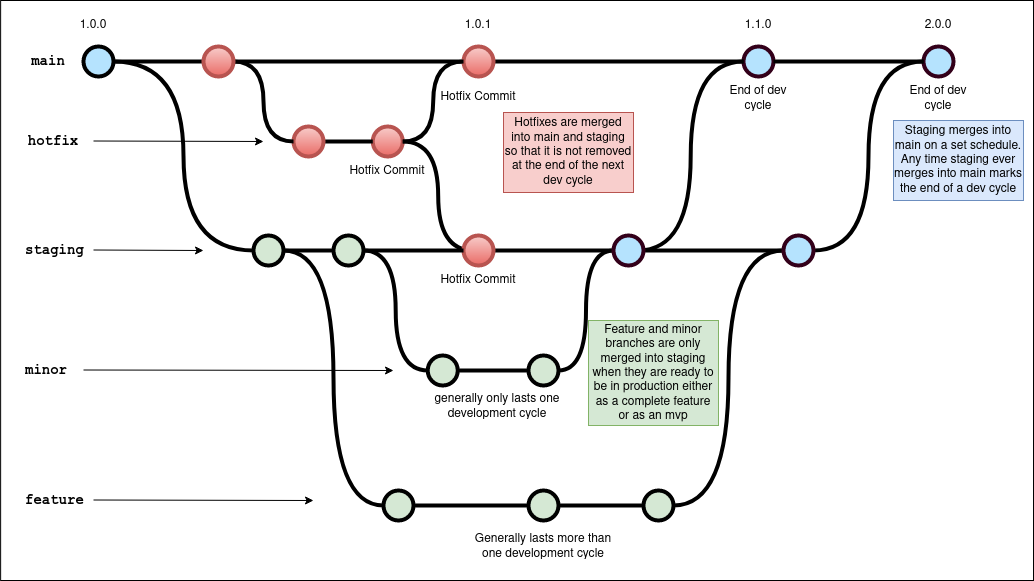
Earlier version of the draw.io export img/final-gitflow.png (BeyondMD/gitflow). Source tidied: cells renumbered, new cells last; positions are measured from the earlier drawing's top-left corner, leaving out a move shared by most shapes.
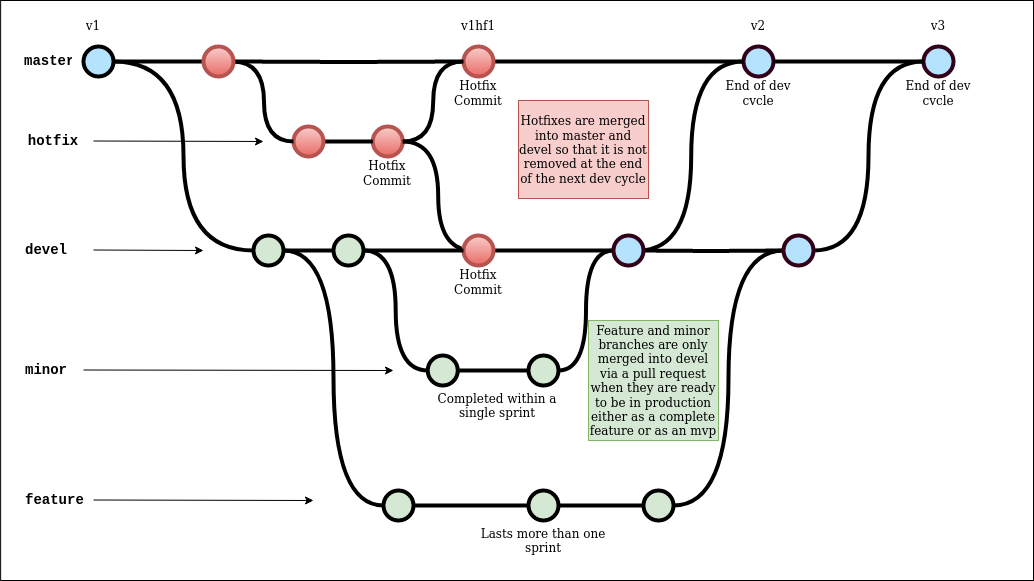
After the change.

Change to the diagram source:
```diff
@@ -16,13 +16,13 @@
     <mxCell id="5" style="verticalLabelPosition=bottom;verticalAlign=top;html=1;strokeWidth=4;shape=mxgraph.flowchart.on-page_reference;plain-blue;gradientColor=none;strokeColor=#33001A;fillColor=#B5E3FE;" parent="1" vertex="1">
       <mxGeometry x="743" y="46" width="30" height="30" as="geometry" />
     </mxCell>
-    <mxCell id="6" value="main" style="text;html=1;strokeColor=none;fillColor=none;align=center;verticalAlign=middle;whiteSpace=wrap;overflow=hidden;fontSize=14;fontStyle=1;fontFamily=Courier New;" parent="1" vertex="1">
+    <mxCell id="6" value="&lt;div&gt;master&lt;/div&gt;" style="text;html=1;strokeColor=none;fillColor=none;align=center;verticalAlign=middle;whiteSpace=wrap;overflow=hidden;fontSize=14;fontStyle=1;fontFamily=Courier New;" parent="1" vertex="1">
       <mxGeometry x="23" y="40" width="50" height="42" as="geometry" />
     </mxCell>
     <mxCell id="7" style="edgeStyle=orthogonalEdgeStyle;curved=1;rounded=0;html=1;exitX=1;exitY=0.5;exitPerimeter=0;endArrow=none;endFill=0;jettySize=auto;strokeWidth=4;fontSize=15;entryX=0;entryY=0.5;entryDx=0;entryDy=0;entryPerimeter=0;startArrow=none;" parent="1" edge="1" source="24" target="64">
       <mxGeometry relative="1" as="geometry" />
     </mxCell>
-    <mxCell id="8" value="staging" style="text;html=1;strokeColor=none;fillColor=none;align=left;verticalAlign=middle;whiteSpace=wrap;overflow=hidden;fontSize=14;fontStyle=1;fontFamily=Courier New;" parent="1" vertex="1">
+    <mxCell id="8" value="&lt;div&gt;devel&lt;/div&gt;&lt;div&gt;&lt;br&gt;&lt;/div&gt;" style="text;html=1;strokeColor=none;fillColor=none;align=left;verticalAlign=middle;whiteSpace=wrap;overflow=hidden;fontSize=14;fontStyle=1;fontFamily=Courier New;" parent="1" vertex="1">
       <mxGeometry x="23" y="240" width="74.2" height="20" as="geometry" />
     </mxCell>
     <mxCell id="9" style="edgeStyle=orthogonalEdgeStyle;rounded=0;jettySize=auto;html=1;endArrow=none;endFill=0;strokeWidth=4;entryX=0;entryY=0.5;entryDx=0;entryDy=0;entryPerimeter=0;startArrow=none;" parent="1" edge="1" source="18" target="12">
@@ -96,10 +96,10 @@
       <mxGeometry x="438" y="265" width="80" height="30" as="geometry" />
     </mxCell>
     <mxCell id="29" value="Hotfix Commit" style="text;html=1;strokeColor=none;fillColor=none;align=center;verticalAlign=middle;whiteSpace=wrap;overflow=hidden;" parent="1" vertex="1">
-      <mxGeometry x="438" y="82" width="80" height="30" as="geometry" />
+      <mxGeometry x="438" y="76" width="80" height="30" as="geometry" />
     </mxCell>
-    <mxCell id="30" value="&lt;div&gt;Generally lasts more than one development cycle&lt;/div&gt;" style="text;html=1;strokeColor=none;fillColor=none;align=center;verticalAlign=middle;whiteSpace=wrap;overflow=hidden;" parent="1" vertex="1">
-      <mxGeometry x="473" y="530" width="140" height="30" as="geometry" />
+    <mxCell id="30" value="&lt;div&gt;Lasts more than one sprint&lt;/div&gt;" style="text;html=1;strokeColor=none;fillColor=none;align=center;verticalAlign=middle;whiteSpace=wrap;overflow=hidden;" parent="1" vertex="1">
+      <mxGeometry x="473" y="520" width="140" height="40" as="geometry" />
     </mxCell>
     <mxCell id="31" style="verticalLabelPosition=bottom;verticalAlign=top;html=1;strokeWidth=4;shape=mxgraph.flowchart.on-page_reference;plain-purple;gradientColor=none;strokeColor=#000000;fillColor=#D5E8D4;" parent="1" vertex="1">
       <mxGeometry x="253" y="235" width="30" height="30" as="geometry" />
@@ -107,13 +107,13 @@
     <mxCell id="32" style="edgeStyle=orthogonalEdgeStyle;rounded=0;jettySize=auto;html=1;fontSize=15;endArrow=none;endFill=0;strokeWidth=4;exitX=1;exitY=0.5;exitDx=0;exitDy=0;exitPerimeter=0;entryX=0;entryY=0.5;entryDx=0;entryDy=0;entryPerimeter=0;" parent="1" edge="1" source="61" target="22">
       <mxGeometry relative="1" as="geometry" />
     </mxCell>
-    <mxCell id="33" value="1.0.0" style="text;html=1;strokeColor=none;fillColor=none;align=center;verticalAlign=middle;whiteSpace=wrap;overflow=hidden;" parent="1" vertex="1">
+    <mxCell id="33" value="v1" style="text;html=1;strokeColor=none;fillColor=none;align=center;verticalAlign=middle;whiteSpace=wrap;overflow=hidden;" parent="1" vertex="1">
       <mxGeometry x="53" y="10" width="80" height="30" as="geometry" />
     </mxCell>
-    <mxCell id="34" value="1.0.1" style="text;html=1;strokeColor=none;fillColor=none;align=center;verticalAlign=middle;whiteSpace=wrap;overflow=hidden;" parent="1" vertex="1">
+    <mxCell id="34" value="v1hf1" style="text;html=1;strokeColor=none;fillColor=none;align=center;verticalAlign=middle;whiteSpace=wrap;overflow=hidden;" parent="1" vertex="1">
       <mxGeometry x="438" y="10" width="80" height="30" as="geometry" />
     </mxCell>
-    <mxCell id="35" value="1.1.0" style="text;html=1;strokeColor=none;fillColor=none;align=center;verticalAlign=middle;whiteSpace=wrap;overflow=hidden;" parent="1" vertex="1">
+    <mxCell id="35" value="v2" style="text;html=1;strokeColor=none;fillColor=none;align=center;verticalAlign=middle;whiteSpace=wrap;overflow=hidden;" parent="1" vertex="1">
       <mxGeometry x="718" y="10" width="80" height="30" as="geometry" />
     </mxCell>
     <mxCell id="36" style="edgeStyle=orthogonalEdgeStyle;rounded=0;jettySize=auto;html=1;endArrow=none;endFill=0;strokeWidth=4;curved=1;entryX=0;entryY=0.5;entryDx=0;entryDy=0;entryPerimeter=0;exitX=1;exitY=0.5;exitDx=0;exitDy=0;exitPerimeter=0;" parent="1" edge="1" source="4" target="31">
@@ -155,11 +155,11 @@
     <mxCell id="47" style="edgeStyle=orthogonalEdgeStyle;rounded=0;jettySize=auto;html=1;fontSize=15;endArrow=none;endFill=0;strokeWidth=4;exitX=1;exitY=0.5;exitDx=0;exitDy=0;exitPerimeter=0;entryX=0;entryY=0.5;entryDx=0;entryDy=0;entryPerimeter=0;" parent="1" edge="1" source="5" target="46">
       <mxGeometry relative="1" as="geometry" />
     </mxCell>
-    <mxCell id="48" value="2.0.0" style="text;html=1;strokeColor=none;fillColor=none;align=center;verticalAlign=middle;whiteSpace=wrap;overflow=hidden;" parent="1" vertex="1">
+    <mxCell id="48" value="v3" style="text;html=1;strokeColor=none;fillColor=none;align=center;verticalAlign=middle;whiteSpace=wrap;overflow=hidden;" parent="1" vertex="1">
       <mxGeometry x="898" y="10" width="80" height="30" as="geometry" />
     </mxCell>
-    <mxCell id="49" value="generally only lasts one development cycle" style="text;html=1;strokeColor=none;fillColor=none;align=center;verticalAlign=middle;whiteSpace=wrap;overflow=hidden;" parent="1" vertex="1">
-      <mxGeometry x="427.2" y="390" width="140" height="30" as="geometry" />
+    <mxCell id="49" value="&lt;div&gt;Completed within a single sprint&lt;/div&gt;" style="text;html=1;strokeColor=none;fillColor=none;align=center;verticalAlign=middle;whiteSpace=wrap;overflow=hidden;" parent="1" vertex="1">
+      <mxGeometry x="427.2" y="385" width="140" height="40" as="geometry" />
     </mxCell>
     <mxCell id="50" style="edgeStyle=orthogonalEdgeStyle;rounded=0;html=1;jettySize=auto;plain-blue;endArrow=none;endFill=0;strokeWidth=4;strokeColor=#000000;entryX=0;entryY=0.5;entryDx=0;entryDy=0;entryPerimeter=0;startArrow=none;" parent="1" edge="1" source="4">
       <mxGeometry x="379.2" y="141" as="geometry">
@@ -189,19 +189,16 @@
       <mxGeometry relative="1" as="geometry" />
     </mxCell>
     <mxCell id="56" value="End of dev cycle" style="text;html=1;strokeColor=none;fillColor=none;align=center;verticalAlign=middle;whiteSpace=wrap;overflow=hidden;" parent="1" vertex="1">
-      <mxGeometry x="718" y="82" width="80" height="30" as="geometry" />
+      <mxGeometry x="718" y="76" width="80" height="30" as="geometry" />
     </mxCell>
     <mxCell id="57" value="End of dev cycle" style="text;html=1;strokeColor=none;fillColor=none;align=center;verticalAlign=middle;whiteSpace=wrap;overflow=hidden;" parent="1" vertex="1">
-      <mxGeometry x="898" y="82" width="80" height="30" as="geometry" />
+      <mxGeometry x="898" y="76" width="80" height="30" as="geometry" />
     </mxCell>
-    <mxCell id="58" value="Staging merges into main on a set schedule. Any time staging ever merges into main marks the end of a dev cycle" style="text;html=1;strokeColor=#6c8ebf;fillColor=#dae8fc;align=center;verticalAlign=middle;whiteSpace=wrap;overflow=hidden;" parent="1" vertex="1">
-      <mxGeometry x="893" y="120" width="130" height="80" as="geometry" />
-    </mxCell>
-    <mxCell id="59" value="&lt;div&gt;Hotfixes are merged into main and staging so that it is not removed at the end of the next dev cycle&lt;/div&gt;" style="text;html=1;strokeColor=#b85450;fillColor=#f8cecc;align=center;verticalAlign=middle;whiteSpace=wrap;overflow=hidden;" parent="1" vertex="1">
-      <mxGeometry x="503" y="112" width="130" height="80" as="geometry" />
+    <mxCell id="59" value="&lt;div&gt;Hotfixes are merged into master and devel so that it is not removed at the end of the next dev cycle&lt;/div&gt;" style="text;html=1;strokeColor=#b85450;fillColor=#f8cecc;align=center;verticalAlign=middle;whiteSpace=wrap;overflow=hidden;" parent="1" vertex="1">
+      <mxGeometry x="518" y="100" width="130" height="98" as="geometry" />
     </mxCell>
-    <mxCell id="60" value="&lt;div&gt;Feature and minor branches are only merged into staging when they are ready to be in production either as a complete feature or as an mvp&lt;br&gt;&lt;/div&gt;" style="text;html=1;strokeColor=#82b366;fillColor=#d5e8d4;align=center;verticalAlign=middle;whiteSpace=wrap;overflow=hidden;" parent="1" vertex="1">
-      <mxGeometry x="588" y="320" width="130" height="105" as="geometry" />
+    <mxCell id="60" value="&lt;div&gt;Feature and minor branches are only merged into devel via a pull request when they are ready to be in production either as a complete feature or as an mvp&lt;br&gt;&lt;/div&gt;" style="text;html=1;strokeColor=#82b366;fillColor=#d5e8d4;align=center;verticalAlign=middle;whiteSpace=wrap;overflow=hidden;" parent="1" vertex="1">
+      <mxGeometry x="588" y="320" width="130" height="120" as="geometry" />
     </mxCell>
     <mxCell id="61" style="verticalLabelPosition=bottom;verticalAlign=top;html=1;strokeWidth=4;shape=mxgraph.flowchart.on-page_reference;plain-blue;gradientColor=#EA6B66;strokeColor=#B85450;fillColor=#F8CECC;" parent="1" vertex="1">
       <mxGeometry x="293" y="126" width="30" height="30" as="geometry" />
```
